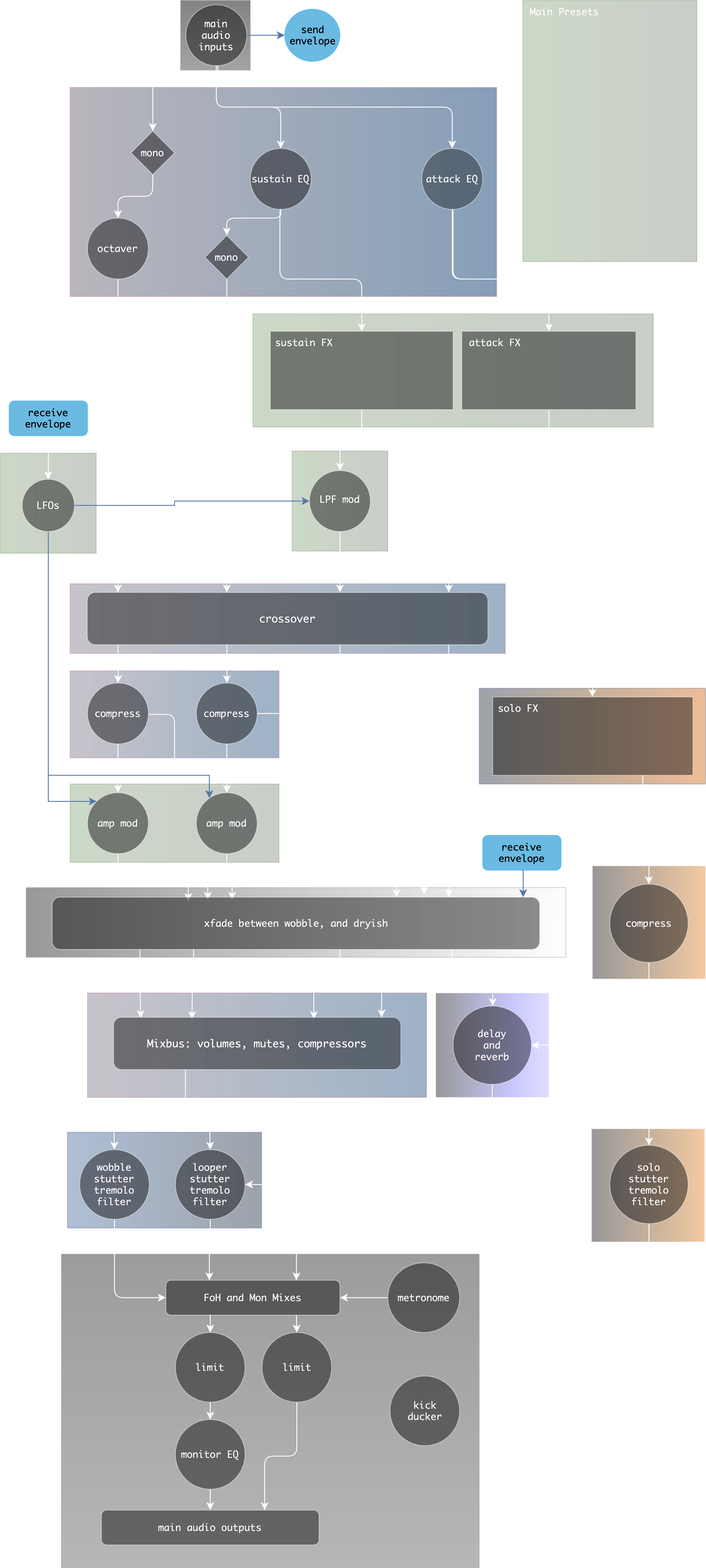
This is SousaFX/media/Sousastep_signalflow.drawio.png from Sousastep/sousastep, a draw.io export, as it was before one commit. Source tidied: cells renumbered, new cells last; positions are measured from the earlier drawing's top-left corner, leaving out a move shared by most shapes.
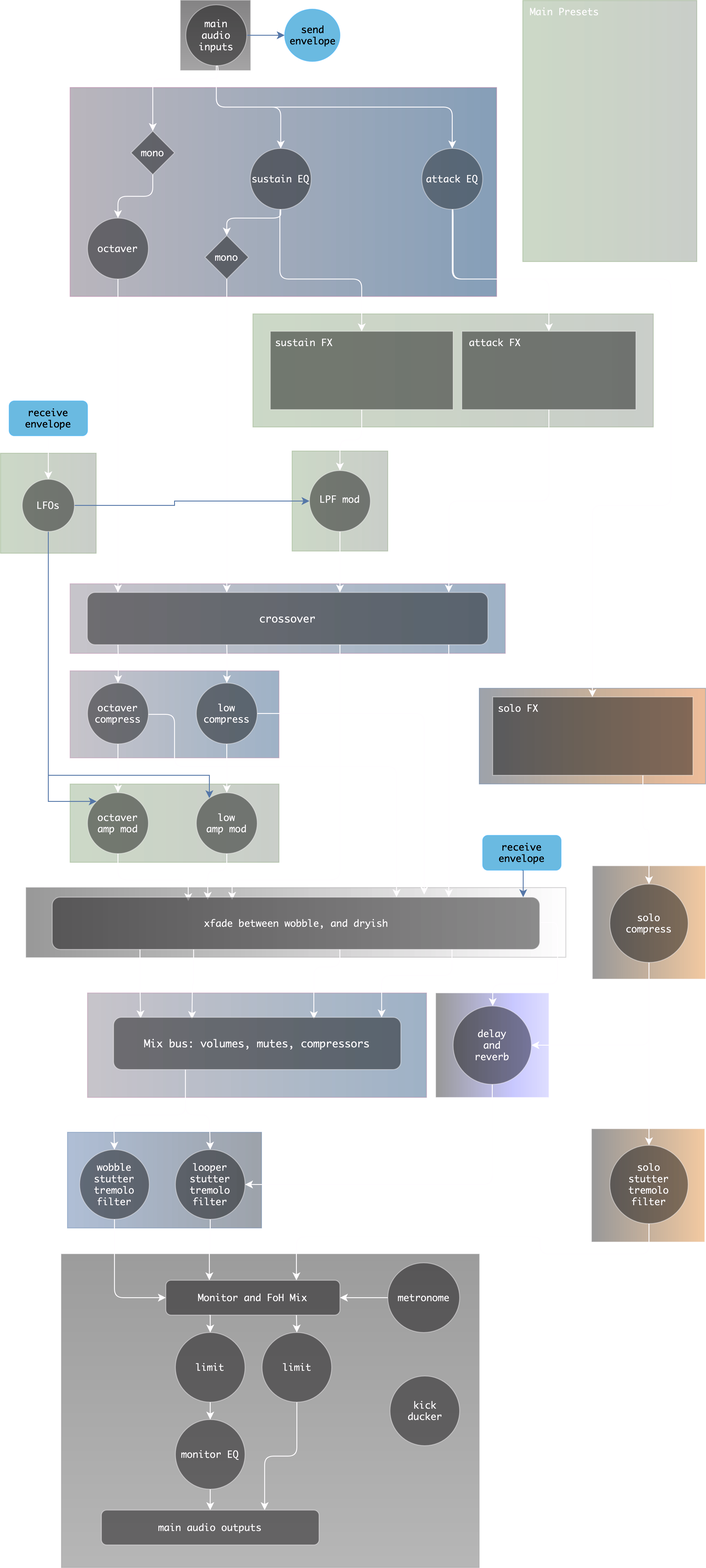
After the commit.

Commit message:
slight improvements to some labels

What changed in the source:
```diff
@@ -187,7 +187,7 @@
         </Array>
       </mxGeometry>
     </mxCell>
-    <mxCell id="46" value="compress" style="ellipse;whiteSpace=wrap;html=1;opacity=44;fontFamily=Monaco;fontSize=11;" parent="1" vertex="1">
+    <mxCell id="46" value="&lt;div&gt;octaver&lt;/div&gt;&lt;div&gt;compress&lt;/div&gt;" style="ellipse;whiteSpace=wrap;html=1;opacity=44;fontFamily=Monaco;fontSize=11;" parent="1" vertex="1">
       <mxGeometry x="100" y="784" width="70" height="70" as="geometry" />
     </mxCell>
     <mxCell id="47" style="edgeStyle=orthogonalEdgeStyle;rounded=0;jettySize=auto;html=1;exitX=0.5;exitY=1;exitDx=0;exitDy=0;" parent="1" edge="1" source="49" target="67">
@@ -196,7 +196,7 @@
     <mxCell id="48" style="edgeStyle=orthogonalEdgeStyle;rounded=1;jettySize=auto;html=1;exitX=1;exitY=0.5;exitDx=0;exitDy=0;entryX=0.763;entryY=-0.05;entryDx=0;entryDy=0;entryPerimeter=0;" parent="1" edge="1" source="49" target="75">
       <mxGeometry relative="1" as="geometry" />
     </mxCell>
-    <mxCell id="49" value="compress" style="ellipse;whiteSpace=wrap;html=1;opacity=44;fontFamily=Monaco;fontSize=11;" parent="1" vertex="1">
+    <mxCell id="49" value="&lt;div&gt;low&lt;/div&gt;&lt;div&gt;compress&lt;/div&gt;" style="ellipse;whiteSpace=wrap;html=1;opacity=44;fontFamily=Monaco;fontSize=11;" parent="1" vertex="1">
       <mxGeometry x="225" y="784" width="70" height="70" as="geometry" />
     </mxCell>
     <mxCell id="50" style="edgeStyle=orthogonalEdgeStyle;rounded=1;jettySize=auto;html=1;exitX=0.5;exitY=1;exitDx=0;exitDy=0;entryX=0.279;entryY=0.075;entryDx=0;entryDy=0;entryPerimeter=0;" parent="1" edge="1" source="51" target="75">
@@ -207,7 +207,7 @@
         </Array>
       </mxGeometry>
     </mxCell>
-    <mxCell id="51" value="amp mod" style="ellipse;whiteSpace=wrap;html=1;opacity=44;fontFamily=Monaco;fontSize=11;" parent="1" vertex="1">
+    <mxCell id="51" value="octaver&lt;br&gt;&lt;div&gt;amp mod&lt;/div&gt;" style="ellipse;whiteSpace=wrap;html=1;opacity=44;fontFamily=Monaco;fontSize=11;" parent="1" vertex="1">
       <mxGeometry x="100" y="910" width="70" height="70" as="geometry" />
     </mxCell>
     <mxCell id="52" style="edgeStyle=orthogonalEdgeStyle;rounded=1;jettySize=auto;html=1;exitX=0.75;exitY=1;exitDx=0;exitDy=0;curved=0;" parent="1" edge="1" source="53" target="94">
@@ -276,7 +276,7 @@
         </Array>
       </mxGeometry>
     </mxCell>
-    <mxCell id="67" value="amp mod" style="ellipse;whiteSpace=wrap;html=1;opacity=44;fontFamily=Monaco;fontSize=11;" parent="1" vertex="1">
+    <mxCell id="67" value="low&lt;br&gt;&lt;div&gt;amp mod&lt;/div&gt;" style="ellipse;whiteSpace=wrap;html=1;opacity=44;fontFamily=Monaco;fontSize=11;" parent="1" vertex="1">
       <mxGeometry x="225" y="910" width="70" height="70" as="geometry" />
     </mxCell>
     <mxCell id="68" style="edgeStyle=orthogonalEdgeStyle;rounded=0;jettySize=auto;html=1;exitX=0.5;exitY=1;exitDx=0;exitDy=0;" parent="1" edge="1" source="69" target="65">
@@ -358,7 +358,7 @@
         </Array>
       </mxGeometry>
     </mxCell>
-    <mxCell id="83" value="Mixbus: volumes, mutes, compressors" style="rounded=1;whiteSpace=wrap;html=1;fontFamily=Monaco;opacity=44;" parent="1" vertex="1">
+    <mxCell id="83" value="Mix bus: volumes, mutes, compressors" style="rounded=1;whiteSpace=wrap;html=1;fontFamily=Monaco;opacity=44;" parent="1" vertex="1">
       <mxGeometry x="130" y="1168" width="330" height="60" as="geometry" />
     </mxCell>
     <mxCell id="84" value="crossover" style="rounded=1;whiteSpace=wrap;html=1;fontFamily=Monaco;opacity=44;" parent="1" vertex="1">
@@ -398,7 +398,7 @@
     <mxCell id="93" style="edgeStyle=orthogonalEdgeStyle;rounded=0;jettySize=auto;html=1;exitX=0.5;exitY=1;exitDx=0;exitDy=0;entryX=0.5;entryY=0;entryDx=0;entryDy=0;" parent="1" edge="1" source="94" target="102">
       <mxGeometry relative="1" as="geometry" />
     </mxCell>
-    <mxCell id="94" value="compress" style="ellipse;whiteSpace=wrap;html=1;opacity=44;fontFamily=Monaco;fontSize=11;rounded=0;perimeter=rhombusPerimeter;" parent="1" vertex="1">
+    <mxCell id="94" value="&lt;div&gt;solo&lt;/div&gt;&lt;div&gt;compress&lt;/div&gt;" style="ellipse;whiteSpace=wrap;html=1;opacity=44;fontFamily=Monaco;fontSize=11;rounded=0;perimeter=rhombusPerimeter;" parent="1" vertex="1">
       <mxGeometry x="700" y="1015" width="90" height="90" as="geometry" />
     </mxCell>
     <mxCell id="95" style="edgeStyle=orthogonalEdgeStyle;rounded=0;orthogonalLoop=1;jettySize=auto;html=1;exitX=0.5;exitY=1;exitDx=0;exitDy=0;entryX=0.5;entryY=0;entryDx=0;entryDy=0;" parent="1" edge="1">
@@ -418,7 +418,7 @@
     <mxCell id="99" style="edgeStyle=orthogonalEdgeStyle;rounded=0;jettySize=auto;html=1;exitX=0.75;exitY=1;exitDx=0;exitDy=0;entryX=0.5;entryY=0;entryDx=0;entryDy=0;" parent="1" edge="1" source="100" target="97">
       <mxGeometry relative="1" as="geometry" />
     </mxCell>
-    <mxCell id="100" value="FoH and Mon Mixes" style="rounded=1;whiteSpace=wrap;html=1;fontSize=11;glass=0;strokeWidth=1;shadow=0;opacity=44;fontFamily=Monaco;" parent="1" vertex="1">
+    <mxCell id="100" value="Monitor and FoH Mix" style="rounded=1;whiteSpace=wrap;html=1;fontSize=11;glass=0;strokeWidth=1;shadow=0;opacity=44;fontFamily=Monaco;" parent="1" vertex="1">
       <mxGeometry x="190" y="1470" width="200" height="40" as="geometry" />
     </mxCell>
     <mxCell id="101" style="edgeStyle=orthogonalEdgeStyle;rounded=1;jettySize=auto;html=1;exitX=0.5;exitY=1;exitDx=0;exitDy=0;entryX=0.75;entryY=0;entryDx=0;entryDy=0;curved=0;" parent="1" edge="1" source="102" target="100">
```
